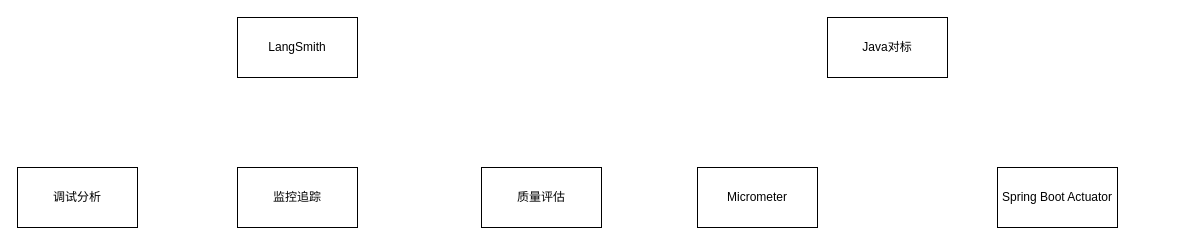
Before: LangSmith.drawio in ChengziMao/picture, a draw.io diagram. Source tidied: cells renumbered, new cells numbered last; positions are measured from the earlier drawing's top-left corner, leaving out a move shared by most shapes. Both pictures are drawn from the tidied source at 100%, with x=0, y=0 at pixel (17, 17).
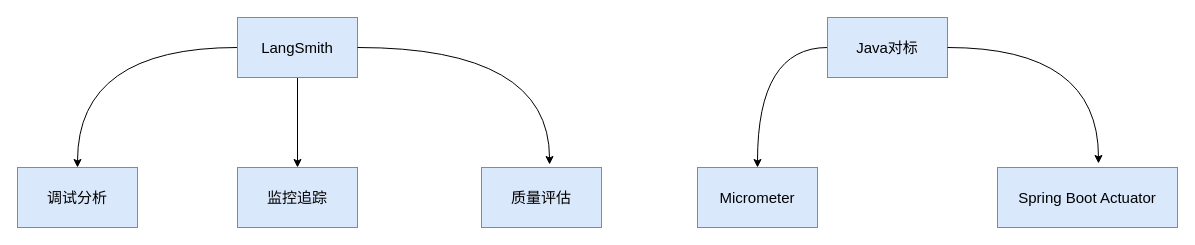
After the change.

The edit, as a diff of the source:
```diff
@@
 <mxGraphModel>
   <root>
     <mxCell id="0" />
     <mxCell id="1" parent="0" />
+    <mxCell id="9" style="edgeStyle=orthogonalEdgeStyle;rounded=0;jettySize=auto;html=1;entryX=0.5;entryY=0;entryDx=0;entryDy=0;fontSize=15;" parent="1" edge="1" source="2" target="4">
+      <mxGeometry relative="1" as="geometry" />
+    </mxCell>
+    <mxCell id="10" style="edgeStyle=orthogonalEdgeStyle;rounded=0;jettySize=auto;html=1;entryX=0.5;entryY=0;entryDx=0;entryDy=0;curved=1;fontSize=15;" parent="1" edge="1" source="2" target="3">
+      <mxGeometry relative="1" as="geometry" />
+    </mxCell>
-    <mxCell id="2" value="LangSmith" style="rounded=0;whiteSpace=wrap;html=1;" parent="1" vertex="1">
+    <mxCell id="2" value="LangSmith" style="rounded=0;whiteSpace=wrap;html=1;fillColor=#dae8fc;strokeColor=#6c8ebf;fontSize=15;" parent="1" vertex="1">
       <mxGeometry x="220" width="120" height="60" as="geometry" />
     </mxCell>
-    <mxCell id="3" value="调试分析" style="rounded=0;whiteSpace=wrap;html=1;" parent="1" vertex="1">
+    <mxCell id="3" value="调试分析" style="rounded=0;whiteSpace=wrap;html=1;fillColor=#dae8fc;strokeColor=#6c8ebf;fontSize=15;" parent="1" vertex="1">
       <mxGeometry y="150" width="120" height="60" as="geometry" />
     </mxCell>
-    <mxCell id="4" value="监控追踪" style="rounded=0;whiteSpace=wrap;html=1;" parent="1" vertex="1">
+    <mxCell id="4" value="监控追踪" style="rounded=0;whiteSpace=wrap;html=1;fillColor=#dae8fc;strokeColor=#6c8ebf;fontSize=15;" parent="1" vertex="1">
       <mxGeometry x="220" y="150" width="120" height="60" as="geometry" />
     </mxCell>
-    <mxCell id="5" value="质量评估" style="rounded=0;whiteSpace=wrap;html=1;" parent="1" vertex="1">
+    <mxCell id="5" value="质量评估" style="rounded=0;whiteSpace=wrap;html=1;fillColor=#dae8fc;strokeColor=#6c8ebf;fontSize=15;" parent="1" vertex="1">
       <mxGeometry x="464" y="150" width="120" height="60" as="geometry" />
     </mxCell>
+    <mxCell id="11" style="edgeStyle=orthogonalEdgeStyle;rounded=0;jettySize=auto;html=1;entryX=0.5;entryY=0;entryDx=0;entryDy=0;curved=1;fontSize=15;" parent="1" edge="1" source="6" target="7">
+      <mxGeometry relative="1" as="geometry" />
+    </mxCell>
-    <mxCell id="6" value="Java对标" style="rounded=0;whiteSpace=wrap;html=1;" parent="1" vertex="1">
+    <mxCell id="6" value="Java对标" style="rounded=0;whiteSpace=wrap;html=1;fillColor=#dae8fc;strokeColor=#6c8ebf;fontSize=15;" parent="1" vertex="1">
       <mxGeometry x="810" width="120" height="60" as="geometry" />
     </mxCell>
-    <mxCell id="7" value="Micrometer" style="rounded=0;whiteSpace=wrap;html=1;" parent="1" vertex="1">
+    <mxCell id="7" value="Micrometer" style="rounded=0;whiteSpace=wrap;html=1;fillColor=#dae8fc;strokeColor=#6c8ebf;fontSize=15;" parent="1" vertex="1">
       <mxGeometry x="680" y="150" width="120" height="60" as="geometry" />
     </mxCell>
-    <mxCell id="8" value="Spring Boot Actuator" style="rounded=0;whiteSpace=wrap;html=1;" parent="1" vertex="1">
-      <mxGeometry x="980" y="150" width="120" height="60" as="geometry" />
+    <mxCell id="8" value="Spring Boot Actuator" style="rounded=0;whiteSpace=wrap;html=1;fillColor=#dae8fc;strokeColor=#6c8ebf;fontSize=15;" parent="1" vertex="1">
+      <mxGeometry x="980" y="150" width="180" height="60" as="geometry" />
     </mxCell>
+    <mxCell id="12" style="edgeStyle=orthogonalEdgeStyle;rounded=0;jettySize=auto;html=1;entryX=0.567;entryY=-0.05;entryDx=0;entryDy=0;entryPerimeter=0;curved=1;fontSize=15;" parent="1" edge="1" source="2" target="5">
+      <mxGeometry relative="1" as="geometry" />
+    </mxCell>
+    <mxCell id="13" style="edgeStyle=orthogonalEdgeStyle;rounded=0;jettySize=auto;html=1;entryX=0.561;entryY=-0.067;entryDx=0;entryDy=0;entryPerimeter=0;curved=1;fontSize=15;" parent="1" edge="1" source="6" target="8">
+      <mxGeometry relative="1" as="geometry" />
+    </mxCell>
   </root>
 </mxGraphModel>
```
